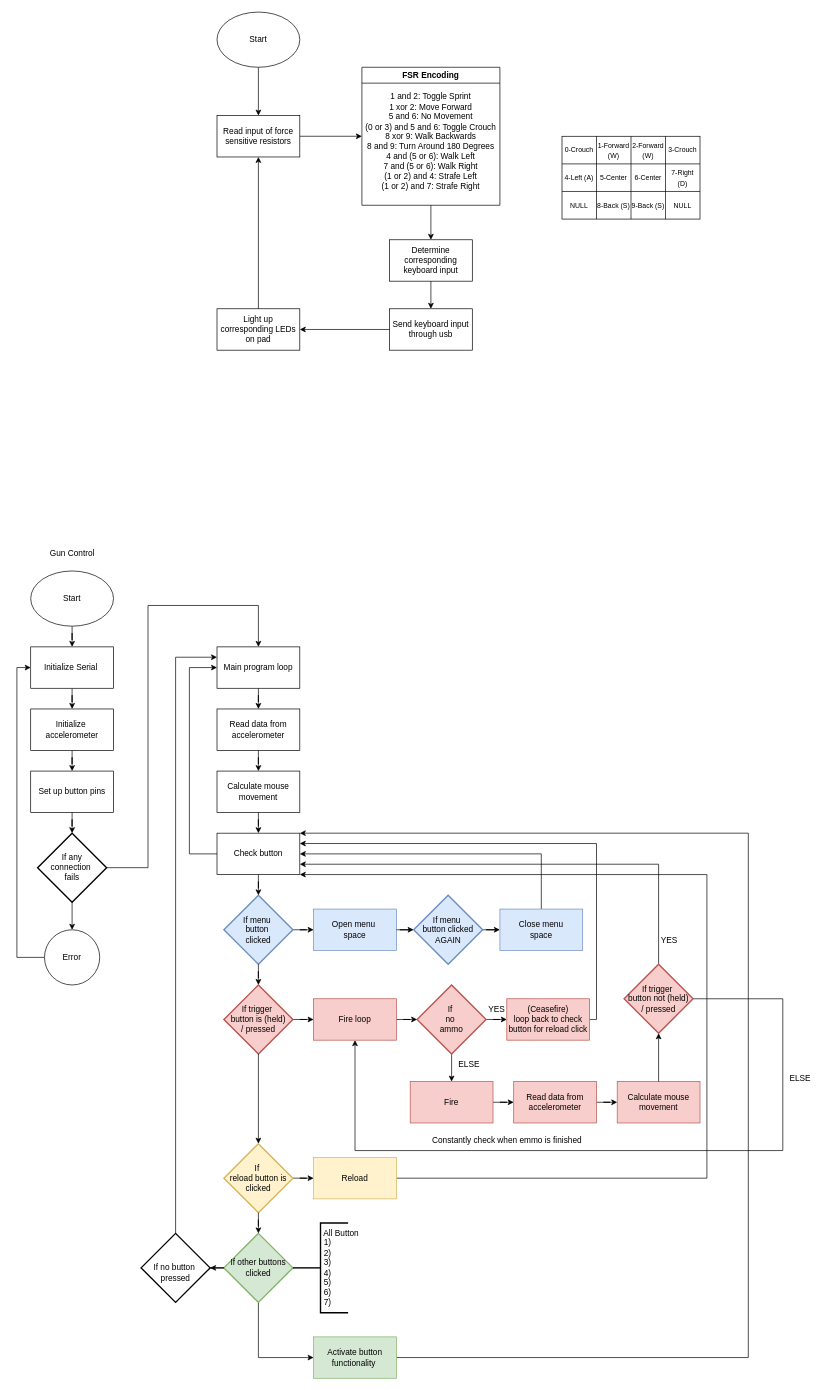
Above: gamedev.drawio in nfox18212/gunproject (draw.io), before the change. Source tidied: cells renumbered, new cells numbered last; positions are measured from the earlier drawing's top-left corner, leaving out a move shared by most shapes. Both pictures are drawn from the tidied source at 69%, with x=0, y=0 at pixel (17, 12).
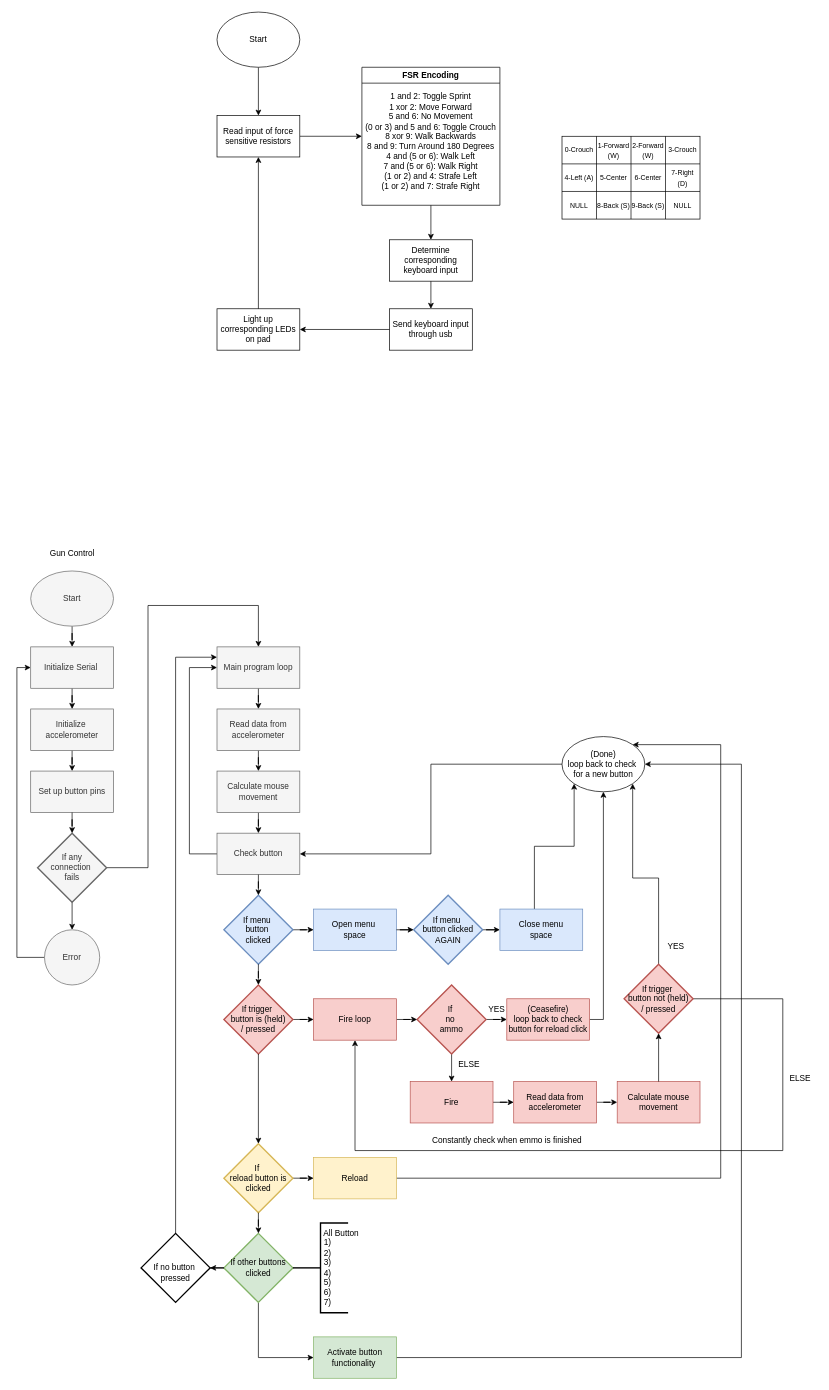
After the change.

Unchanged cells that the change refers to:
```xml
<mxCell id="57" value="Close menu&lt;div&gt;space&lt;/div&gt;" style="rounded=0;whiteSpace=wrap;html=1;fillColor=#dae8fc;strokeColor=#6c8ebf;" parent="1" vertex="1">
  <mxGeometry x="700" y="1300" width="120" height="60" as="geometry" />
</mxCell>
<mxCell id="72" value="If trigger&amp;nbsp;&lt;div&gt;button not (held)&lt;/div&gt;&lt;div&gt;&lt;span style=&quot;background-color: initial;&quot;&gt;/ pressed&lt;/span&gt;&lt;/div&gt;" style="strokeWidth=2;html=1;shape=mxgraph.flowchart.decision;whiteSpace=wrap;fillColor=#f8cecc;strokeColor=#b85450;" parent="1" vertex="1">
  <mxGeometry x="880" y="1380" width="100" height="100" as="geometry" />
</mxCell>
<mxCell id="74" value="Reload" style="rounded=0;whiteSpace=wrap;html=1;fillColor=#fff2cc;strokeColor=#d6b656;" parent="1" vertex="1">
  <mxGeometry x="430" y="1660" width="120" height="60" as="geometry" />
</mxCell>
<mxCell id="79" value="(Ceasefire)&lt;div&gt;loop back to check button for reload click&lt;/div&gt;" style="rounded=0;whiteSpace=wrap;html=1;fillColor=#f8cecc;strokeColor=#b85450;" parent="1" vertex="1">
  <mxGeometry x="710" y="1430" width="120" height="60" as="geometry" />
</mxCell>
<mxCell id="85" value="Activate button functionality&amp;nbsp;" style="rounded=0;whiteSpace=wrap;html=1;fillColor=#d5e8d4;strokeColor=#82b366;" parent="1" vertex="1">
  <mxGeometry x="430" y="1920" width="120" height="60" as="geometry" />
</mxCell>
```

Diff of the diagram source:
```diff
@@
-    <mxCell id="34" value="Start" style="ellipse;whiteSpace=wrap;html=1;" parent="1" vertex="1">
+    <mxCell id="34" value="Start" style="ellipse;whiteSpace=wrap;html=1;fillColor=#f5f5f5;fontColor=#333333;strokeColor=#666666;" parent="1" vertex="1">
       <mxGeometry x="20" y="810" width="120" height="80" as="geometry" />
     </mxCell>
@@
-    <mxCell id="36" value="Initialize&amp;nbsp;&lt;div&gt;accelerometer&lt;/div&gt;" style="rounded=0;whiteSpace=wrap;html=1;" parent="1" vertex="1">
+    <mxCell id="36" value="Initialize&amp;nbsp;&lt;div&gt;accelerometer&lt;/div&gt;" style="rounded=0;whiteSpace=wrap;html=1;fillColor=#f5f5f5;fontColor=#333333;strokeColor=#666666;" parent="1" vertex="1">
       <mxGeometry x="20" y="1010" width="120" height="60" as="geometry" />
     </mxCell>
@@
-    <mxCell id="38" value="Set up&amp;nbsp;&lt;span style=&quot;background-color: initial;&quot;&gt;button pins&lt;/span&gt;" style="rounded=0;whiteSpace=wrap;html=1;" parent="1" vertex="1">
+    <mxCell id="38" value="Set up&amp;nbsp;&lt;span style=&quot;background-color: initial;&quot;&gt;button pins&lt;/span&gt;" style="rounded=0;whiteSpace=wrap;html=1;fillColor=#f5f5f5;fontColor=#333333;strokeColor=#666666;" parent="1" vertex="1">
       <mxGeometry x="20" y="1100" width="120" height="60" as="geometry" />
     </mxCell>
@@
-    <mxCell id="40" value="Main program loop" style="rounded=0;whiteSpace=wrap;html=1;" parent="1" vertex="1">
+    <mxCell id="40" value="Main program loop" style="rounded=0;whiteSpace=wrap;html=1;fillColor=#f5f5f5;fontColor=#333333;strokeColor=#666666;" parent="1" vertex="1">
       <mxGeometry x="290" y="920" width="120" height="60" as="geometry" />
     </mxCell>
@@
-    <mxCell id="42" value="Read&amp;nbsp;&lt;span style=&quot;background-color: initial;&quot;&gt;data from accelerometer&lt;/span&gt;" style="rounded=0;whiteSpace=wrap;html=1;" parent="1" vertex="1">
+    <mxCell id="42" value="Read&amp;nbsp;&lt;span style=&quot;background-color: initial;&quot;&gt;data from accelerometer&lt;/span&gt;" style="rounded=0;whiteSpace=wrap;html=1;fillColor=#f5f5f5;fontColor=#333333;strokeColor=#666666;" parent="1" vertex="1">
       <mxGeometry x="290" y="1010" width="120" height="60" as="geometry" />
     </mxCell>
@@
-    <mxCell id="44" value="Calculate mouse movement" style="rounded=0;whiteSpace=wrap;html=1;" parent="1" vertex="1">
+    <mxCell id="44" value="Calculate mouse movement" style="rounded=0;whiteSpace=wrap;html=1;fillColor=#f5f5f5;fontColor=#333333;strokeColor=#666666;" parent="1" vertex="1">
       <mxGeometry x="290" y="1100" width="120" height="60" as="geometry" />
     </mxCell>
@@
-    <mxCell id="46" value="Check button" style="rounded=0;whiteSpace=wrap;html=1;" parent="1" vertex="1">
+    <mxCell id="46" value="Check button" style="rounded=0;whiteSpace=wrap;html=1;fillColor=#f5f5f5;fontColor=#333333;strokeColor=#666666;" parent="1" vertex="1">
       <mxGeometry x="290" y="1190" width="120" height="60" as="geometry" />
     </mxCell>
@@
-    <mxCell id="56" style="edgeStyle=orthogonalEdgeStyle;rounded=0;jettySize=auto;html=1;entryX=1;entryY=0.5;entryDx=0;entryDy=0;" parent="1" edge="1" source="57" target="46">
-      <mxGeometry relative="1" as="geometry">
-        <Array as="points">
-          <mxPoint x="760" y="1220" />
-        </Array>
-      </mxGeometry>
-    </mxCell>
+    <mxCell id="103" style="edgeStyle=orthogonalEdgeStyle;rounded=0;jettySize=auto;html=1;entryX=0;entryY=1;entryDx=0;entryDy=0;" parent="1" edge="1" source="57" target="109">
+      <mxGeometry relative="1" as="geometry">
+        <Array as="points">
+          <mxPoint x="750" y="1209" />
+          <mxPoint x="808" y="1209" />
+        </Array>
+      </mxGeometry>
+    </mxCell>
@@
-    <mxCell id="70" style="edgeStyle=orthogonalEdgeStyle;rounded=0;jettySize=auto;html=1;entryX=1;entryY=0.75;entryDx=0;entryDy=0;" parent="1" edge="1" source="72" target="46">
-      <mxGeometry relative="1" as="geometry">
-        <Array as="points">
-          <mxPoint x="930" y="1235" />
-        </Array>
-      </mxGeometry>
-    </mxCell>
@@
+    <mxCell id="104" style="edgeStyle=orthogonalEdgeStyle;rounded=0;jettySize=auto;html=1;entryX=1;entryY=1;entryDx=0;entryDy=0;" parent="1" edge="1" source="72" target="109">
+      <mxGeometry relative="1" as="geometry" />
+    </mxCell>
@@
-    <mxCell id="73" style="edgeStyle=orthogonalEdgeStyle;rounded=0;jettySize=auto;html=1;entryX=1;entryY=1;entryDx=0;entryDy=0;" parent="1" edge="1" source="74" target="46">
-      <mxGeometry relative="1" as="geometry">
-        <Array as="points">
-          <mxPoint x="1000" y="1690" />
-          <mxPoint x="1000" y="1250" />
-        </Array>
-      </mxGeometry>
-    </mxCell>
+    <mxCell id="105" style="edgeStyle=orthogonalEdgeStyle;rounded=0;jettySize=auto;html=1;entryX=1;entryY=0;entryDx=0;entryDy=0;" parent="1" edge="1" source="74" target="109">
+      <mxGeometry relative="1" as="geometry">
+        <Array as="points">
+          <mxPoint x="1020" y="1690" />
+          <mxPoint x="1020" y="1062" />
+        </Array>
+      </mxGeometry>
+    </mxCell>
@@
-    <mxCell id="78" style="edgeStyle=orthogonalEdgeStyle;rounded=0;jettySize=auto;html=1;entryX=1;entryY=0.25;entryDx=0;entryDy=0;" parent="1" edge="1" source="79" target="46">
-      <mxGeometry relative="1" as="geometry">
-        <Array as="points">
-          <mxPoint x="840" y="1460" />
-          <mxPoint x="840" y="1205" />
-        </Array>
-      </mxGeometry>
-    </mxCell>
+    <mxCell id="106" style="edgeStyle=orthogonalEdgeStyle;rounded=0;jettySize=auto;html=1;entryX=0.5;entryY=1;entryDx=0;entryDy=0;" parent="1" edge="1" source="79" target="109">
+      <mxGeometry relative="1" as="geometry">
+        <Array as="points">
+          <mxPoint x="850" y="1460" />
+        </Array>
+      </mxGeometry>
+    </mxCell>
@@
-    <mxCell id="84" style="edgeStyle=orthogonalEdgeStyle;rounded=0;jettySize=auto;html=1;entryX=1;entryY=0;entryDx=0;entryDy=0;" parent="1" edge="1" source="85" target="46">
-      <mxGeometry relative="1" as="geometry">
-        <Array as="points">
-          <mxPoint x="1060" y="1950" />
-          <mxPoint x="1060" y="1190" />
-        </Array>
-      </mxGeometry>
-    </mxCell>
+    <mxCell id="107" style="edgeStyle=orthogonalEdgeStyle;rounded=0;jettySize=auto;html=1;entryX=1;entryY=0.5;entryDx=0;entryDy=0;" parent="1" edge="1" source="85" target="109">
+      <mxGeometry relative="1" as="geometry">
+        <Array as="points">
+          <mxPoint x="1050" y="1950" />
+          <mxPoint x="1050" y="1090" />
+        </Array>
+      </mxGeometry>
+    </mxCell>
@@
     <mxCell id="87" value="YES" style="text;html=1;align=center;verticalAlign=middle;strokeColor=none;fillColor=none;" parent="1" vertex="1">
-      <mxGeometry x="920" y="1330" width="50" height="30" as="geometry" />
+      <mxGeometry x="930" y="1340" width="50" height="30" as="geometry" />
     </mxCell>
@@
-    <mxCell id="96" value="Initialize Serial&amp;nbsp;" style="rounded=0;whiteSpace=wrap;html=1;" parent="1" vertex="1">
+    <mxCell id="96" value="Initialize Serial&amp;nbsp;" style="rounded=0;whiteSpace=wrap;html=1;fillColor=#f5f5f5;fontColor=#333333;strokeColor=#666666;" parent="1" vertex="1">
       <mxGeometry x="20" y="920" width="120" height="60" as="geometry" />
     </mxCell>
@@
-    <mxCell id="99" value="If any&lt;div&gt;connection&amp;nbsp;&lt;/div&gt;&lt;div&gt;fails&lt;/div&gt;" style="strokeWidth=2;html=1;shape=mxgraph.flowchart.decision;whiteSpace=wrap;" parent="1" vertex="1">
+    <mxCell id="99" value="If any&lt;div&gt;connection&amp;nbsp;&lt;/div&gt;&lt;div&gt;fails&lt;/div&gt;" style="strokeWidth=2;html=1;shape=mxgraph.flowchart.decision;whiteSpace=wrap;fillColor=#f5f5f5;fontColor=#333333;strokeColor=#666666;" parent="1" vertex="1">
       <mxGeometry x="30" y="1190" width="100" height="100" as="geometry" />
     </mxCell>
@@
-    <mxCell id="101" value="Error" style="ellipse;whiteSpace=wrap;html=1;" parent="1" vertex="1">
+    <mxCell id="101" value="Error" style="ellipse;whiteSpace=wrap;html=1;fillColor=#f5f5f5;fontColor=#333333;strokeColor=#666666;" parent="1" vertex="1">
       <mxGeometry x="40" y="1330" width="80" height="80" as="geometry" />
     </mxCell>
@@
+    <mxCell id="108" style="edgeStyle=orthogonalEdgeStyle;rounded=0;jettySize=auto;html=1;entryX=1;entryY=0.5;entryDx=0;entryDy=0;" parent="1" edge="1" source="109" target="46">
+      <mxGeometry relative="1" as="geometry" />
+    </mxCell>
+    <mxCell id="109" value="&lt;div&gt;&lt;br&gt;&lt;/div&gt;(Done)&lt;br&gt;&lt;div&gt;loop back to check&amp;nbsp;&lt;/div&gt;&lt;div&gt;for a new button&lt;br&gt;&lt;div&gt;&lt;br&gt;&lt;/div&gt;&lt;/div&gt;" style="ellipse;whiteSpace=wrap;html=1;" parent="1" vertex="1">
+      <mxGeometry x="790" y="1050" width="120" height="80" as="geometry" />
+    </mxCell>
```
